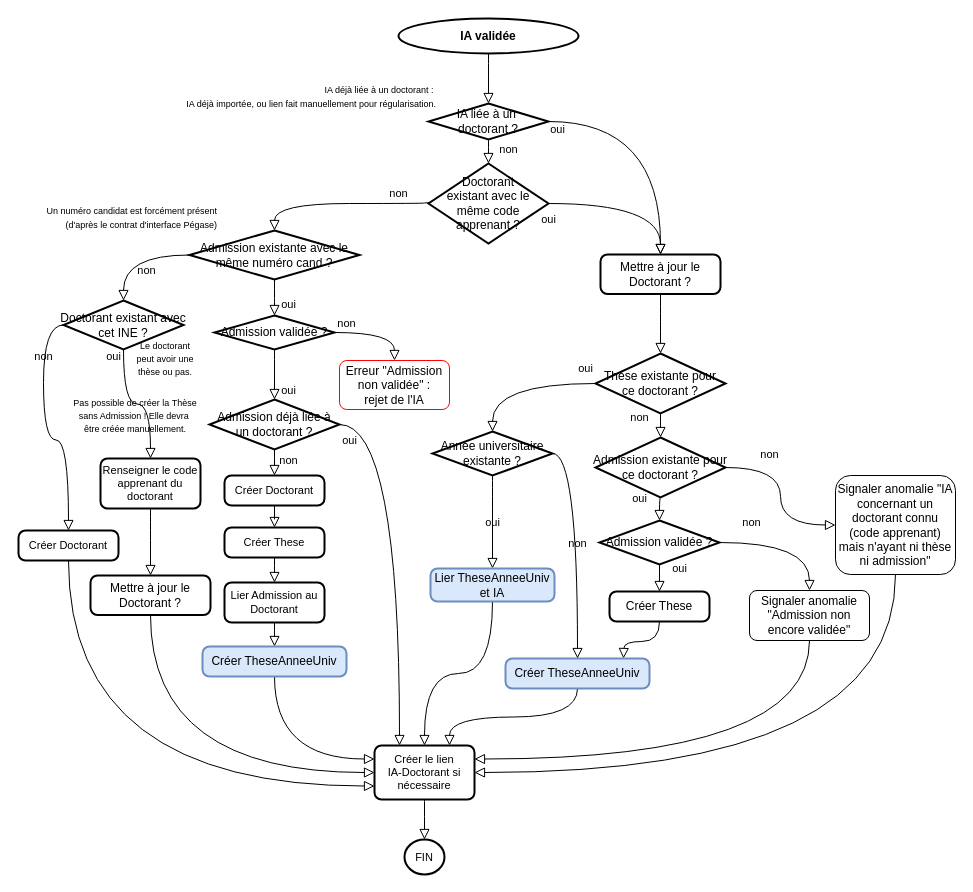
The draw.io diagram page "IA validée" (2 of 3) of module/SygalApiImpl/doc/integration_flux_inscrip_admin.drawio in EsupPortail/esup-sygal, before the edit. Source tidied: cells renumbered, new cells numbered last; positions are measured from the earlier drawing's top-left corner, leaving out a move shared by most shapes. Both pictures are drawn from the tidied source at 100%, with x=0, y=0 at pixel (18, 18).
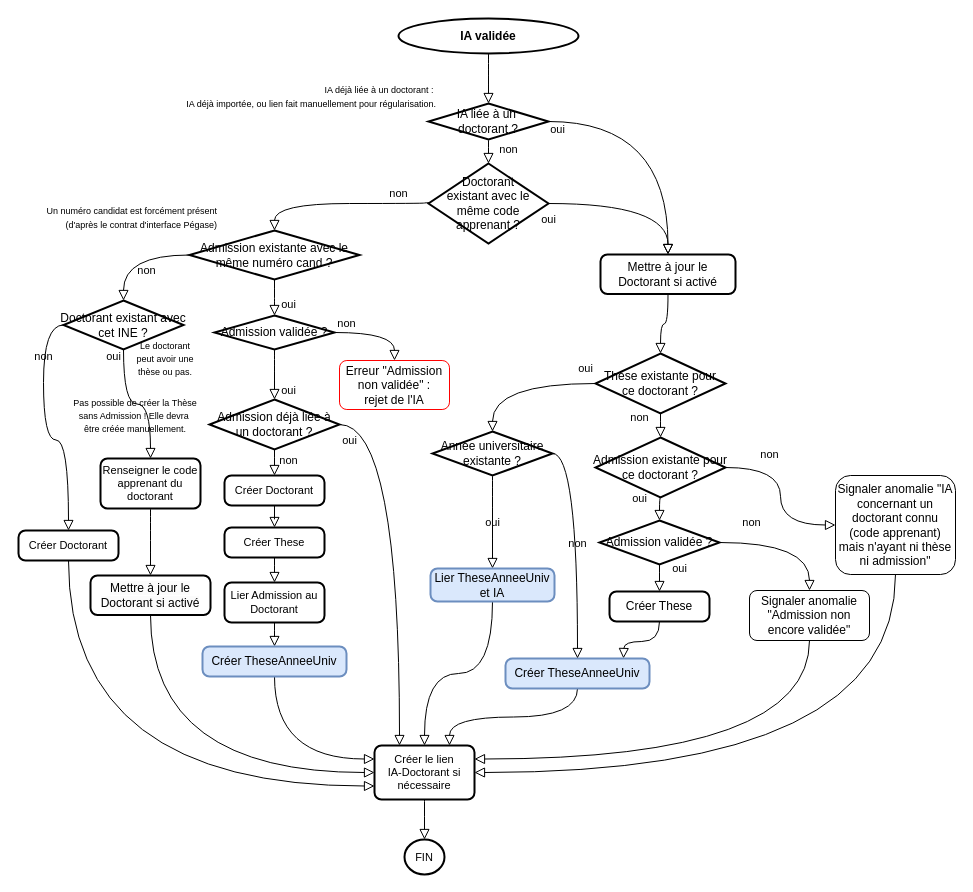
The same page after the edit.

Diff of the diagram source:
```diff
@@
-    <mxCell id="57" value="&lt;font style=&quot;font-size: 12px;&quot;&gt;Mettre à jour le Doctorant ?&lt;/font&gt;" style="rounded=1;whiteSpace=wrap;html=1;absoluteArcSize=1;arcSize=14;strokeWidth=2;fontFamily=Helvetica;fontSize=11;shadow=0;swimlaneLine=1;" parent="1" vertex="1">
+    <mxCell id="57" value="&lt;span style=&quot;color: rgb(0, 0, 0); font-family: Helvetica; font-size: 12px; font-style: normal; font-variant-ligatures: normal; font-variant-caps: normal; font-weight: 400; letter-spacing: normal; orphans: 2; text-align: center; text-indent: 0px; text-transform: none; widows: 2; word-spacing: 0px; -webkit-text-stroke-width: 0px; background-color: rgb(251, 251, 251); text-decoration-thickness: initial; text-decoration-style: initial; text-decoration-color: initial; float: none; display: inline !important;&quot;&gt;Mettre à jour le Doctorant si activé&lt;/span&gt;" style="rounded=1;whiteSpace=wrap;html=1;absoluteArcSize=1;arcSize=14;strokeWidth=2;fontFamily=Helvetica;fontSize=11;shadow=0;swimlaneLine=1;" parent="1" vertex="1">
       <mxGeometry x="72" y="557" width="120" height="39.5" as="geometry" />
     </mxCell>
-    <mxCell id="58" value="&lt;font style=&quot;font-size: 12px;&quot;&gt;Mettre à jour le Doctorant ?&lt;/font&gt;" style="rounded=1;whiteSpace=wrap;html=1;absoluteArcSize=1;arcSize=14;strokeWidth=2;fontFamily=Helvetica;fontSize=11;shadow=0;swimlaneLine=1;" parent="1" vertex="1">
-      <mxGeometry x="582" y="236" width="120" height="39.5" as="geometry" />
+    <mxCell id="58" value="&lt;font style=&quot;font-size: 12px;&quot;&gt;Mettre à jour le Doctorant si activé&lt;/font&gt;" style="rounded=1;whiteSpace=wrap;html=1;absoluteArcSize=1;arcSize=14;strokeWidth=2;fontFamily=Helvetica;fontSize=11;shadow=0;swimlaneLine=1;" parent="1" vertex="1">
+      <mxGeometry x="582" y="236" width="135" height="39.5" as="geometry" />
     </mxCell>
```
